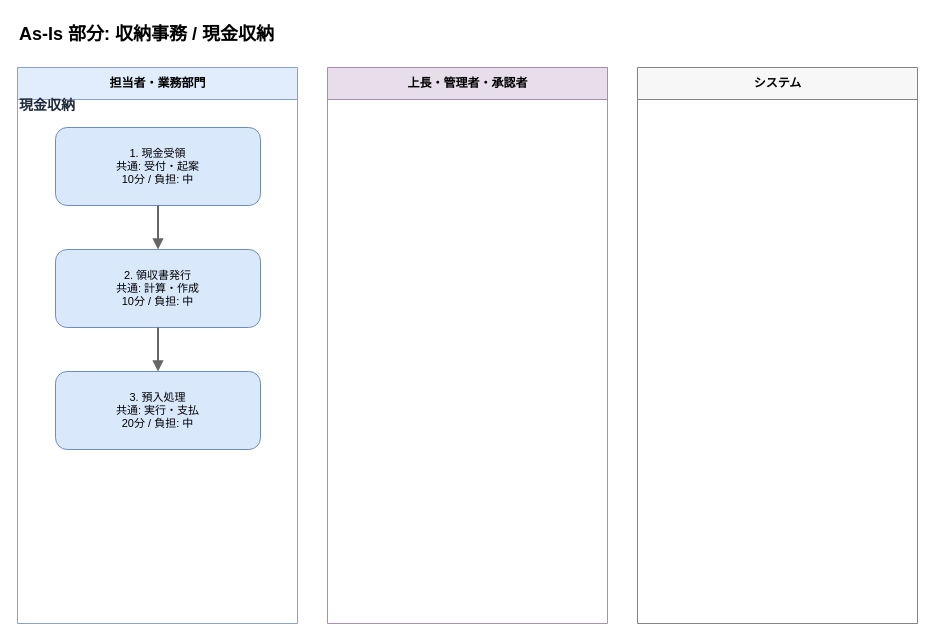
Earlier version of the draw.io diagram output/flows/asis_収納事務__現金収納_20260608.drawio (Toshiki811/ai-business-analysis-heatmap). Source tidied: cells renumbered, new cells numbered last; positions are measured from the earlier drawing's top-left corner, leaving out a move shared by most shapes. Both pictures are drawn from the tidied source at 100%, with x=0, y=0 at pixel (17, 17).
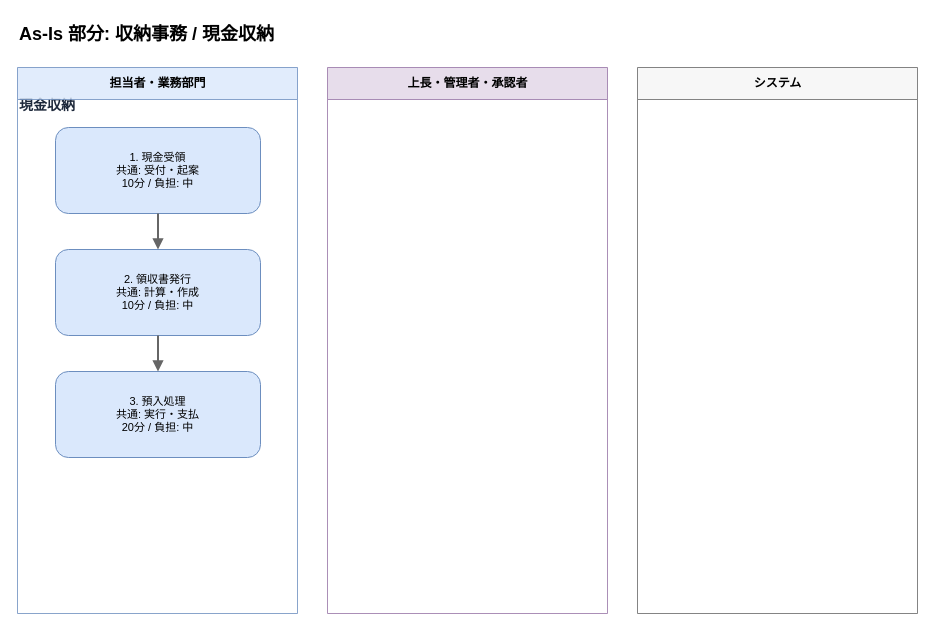
Above is the later version.

What changed in the source:
```diff
@@
 <mxGraphModel>
   <root>
     <mxCell id="0" />
     <mxCell id="1" parent="0" />
+    <mxCell id="6" value="現金収納" style="text;html=1;strokeColor=none;fillColor=none;align=left;verticalAlign=middle;whiteSpace=wrap;fontSize=14;fontStyle=1;fontColor=#1e293b;" parent="1" vertex="1">
+      <mxGeometry y="76" width="860" height="24" as="geometry" />
+    </mxCell>
     <mxCell id="2" value="As-Is 部分: 収納事務 / 現金収納" style="text;html=1;strokeColor=none;fillColor=none;align=left;fontSize=18;fontStyle=1;" parent="1" vertex="1">
       <mxGeometry width="880" height="30" as="geometry" />
     </mxCell>
     <mxCell id="3" value="担当者・業務部門" style="swimlane;horizontal=1;startSize=32;html=1;fillColor=#dae8fc;strokeColor=#6c8ebf;fontSize=12;fontStyle=1;opacity=80;" parent="1" vertex="1">
-      <mxGeometry y="50" width="280" height="556" as="geometry" />
+      <mxGeometry y="50" width="280" height="546" as="geometry" />
     </mxCell>
     <mxCell id="4" value="上長・管理者・承認者" style="swimlane;horizontal=1;startSize=32;html=1;fillColor=#e1d5e7;strokeColor=#9673a6;fontSize=12;fontStyle=1;opacity=80;" parent="1" vertex="1">
-      <mxGeometry x="310" y="50" width="280" height="556" as="geometry" />
+      <mxGeometry x="310" y="50" width="280" height="546" as="geometry" />
     </mxCell>
     <mxCell id="5" value="システム" style="swimlane;horizontal=1;startSize=32;html=1;fillColor=#f5f5f5;strokeColor=#666666;fontSize=12;fontStyle=1;opacity=80;" parent="1" vertex="1">
-      <mxGeometry x="620" y="50" width="280" height="556" as="geometry" />
+      <mxGeometry x="620" y="50" width="280" height="546" as="geometry" />
     </mxCell>
-    <mxCell id="6" value="現金収納" style="text;html=1;strokeColor=none;fillColor=none;align=left;verticalAlign=middle;whiteSpace=wrap;fontSize=14;fontStyle=1;fontColor=#1e293b;" parent="1" vertex="1">
-      <mxGeometry y="76" width="860" height="24" as="geometry" />
-    </mxCell>
     <mxCell id="7" value="1. 現金受領&#10;共通: 受付・起案&#10;10分 / 負担: 中" style="rounded=1;whiteSpace=wrap;html=1;fillColor=#dae8fc;strokeColor=#6c8ebf;strokeWidth=1;fontSize=11;fontColor=#000000;" parent="1" vertex="1">
-      <mxGeometry x="38" y="110" width="205" height="78" as="geometry" />
+      <mxGeometry x="38" y="110" width="205" height="86" as="geometry" />
     </mxCell>
     <mxCell id="8" value="2. 領収書発行&#10;共通: 計算・作成&#10;10分 / 負担: 中" style="rounded=1;whiteSpace=wrap;html=1;fillColor=#dae8fc;strokeColor=#6c8ebf;strokeWidth=1;fontSize=11;fontColor=#000000;" parent="1" vertex="1">
-      <mxGeometry x="38" y="232" width="205" height="78" as="geometry" />
+      <mxGeometry x="38" y="232" width="205" height="86" as="geometry" />
     </mxCell>
+    <mxCell id="10" value="3. 預入処理&#10;共通: 実行・支払&#10;20分 / 負担: 中" style="rounded=1;whiteSpace=wrap;html=1;fillColor=#dae8fc;strokeColor=#6c8ebf;strokeWidth=1;fontSize=11;fontColor=#000000;" parent="1" vertex="1">
+      <mxGeometry x="38" y="354" width="205" height="86" as="geometry" />
+    </mxCell>
-    <mxCell id="9" style="edgeStyle=orthogonalEdgeStyle;rounded=0;html=1;strokeColor=#666666;strokeWidth=2;endArrow=block;endFill=1;" parent="1" edge="1" source="7" target="8">
+    <mxCell id="9" style="edgeStyle=orthogonalEdgeStyle;rounded=0;html=1;strokeColor=#666666;strokeWidth=2;endArrow=block;endFill=1;fontSize=11;fontColor=#1f2937;" parent="1" edge="1" source="7" target="8">
       <mxGeometry relative="1" as="geometry" />
     </mxCell>
-    <mxCell id="10" value="3. 預入処理&#10;共通: 実行・支払&#10;20分 / 負担: 中" style="rounded=1;whiteSpace=wrap;html=1;fillColor=#dae8fc;strokeColor=#6c8ebf;strokeWidth=1;fontSize=11;fontColor=#000000;" parent="1" vertex="1">
-      <mxGeometry x="38" y="354" width="205" height="78" as="geometry" />
-    </mxCell>
-    <mxCell id="11" style="edgeStyle=orthogonalEdgeStyle;rounded=0;html=1;strokeColor=#666666;strokeWidth=2;endArrow=block;endFill=1;" parent="1" edge="1" source="8" target="10">
+    <mxCell id="11" style="edgeStyle=orthogonalEdgeStyle;rounded=0;html=1;strokeColor=#666666;strokeWidth=2;endArrow=block;endFill=1;fontSize=11;fontColor=#1f2937;" parent="1" edge="1" source="8" target="10">
       <mxGeometry relative="1" as="geometry" />
     </mxCell>
   </root>
 </mxGraphModel>
```
